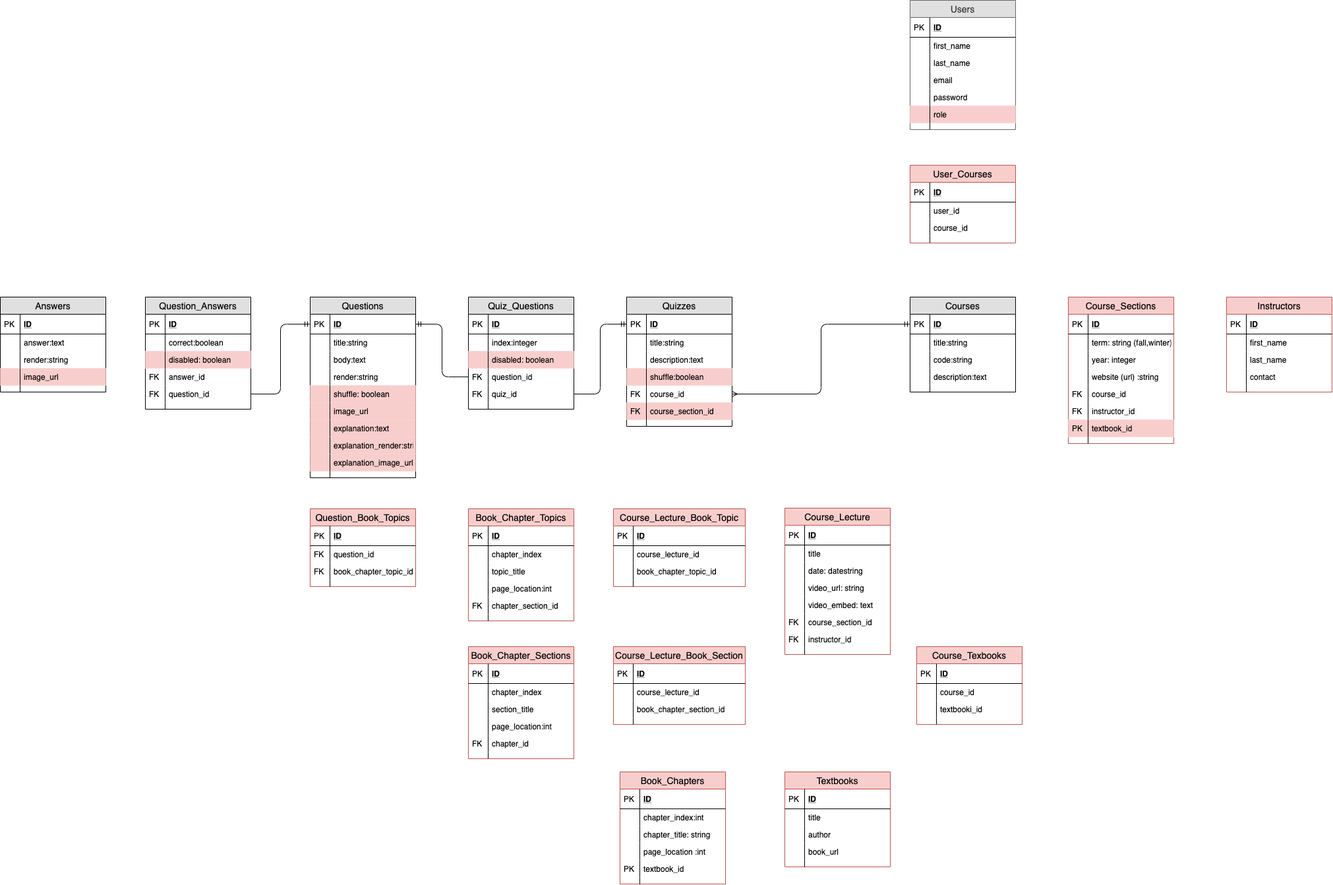
Earlier version of the draw.io export schema.png (CarletonComputerScienceStudyCenter/StudyCenter-API). Source tidied: cells renumbered, new cells last; positions are measured from the earlier drawing's top-left corner, leaving out a move shared by most shapes.
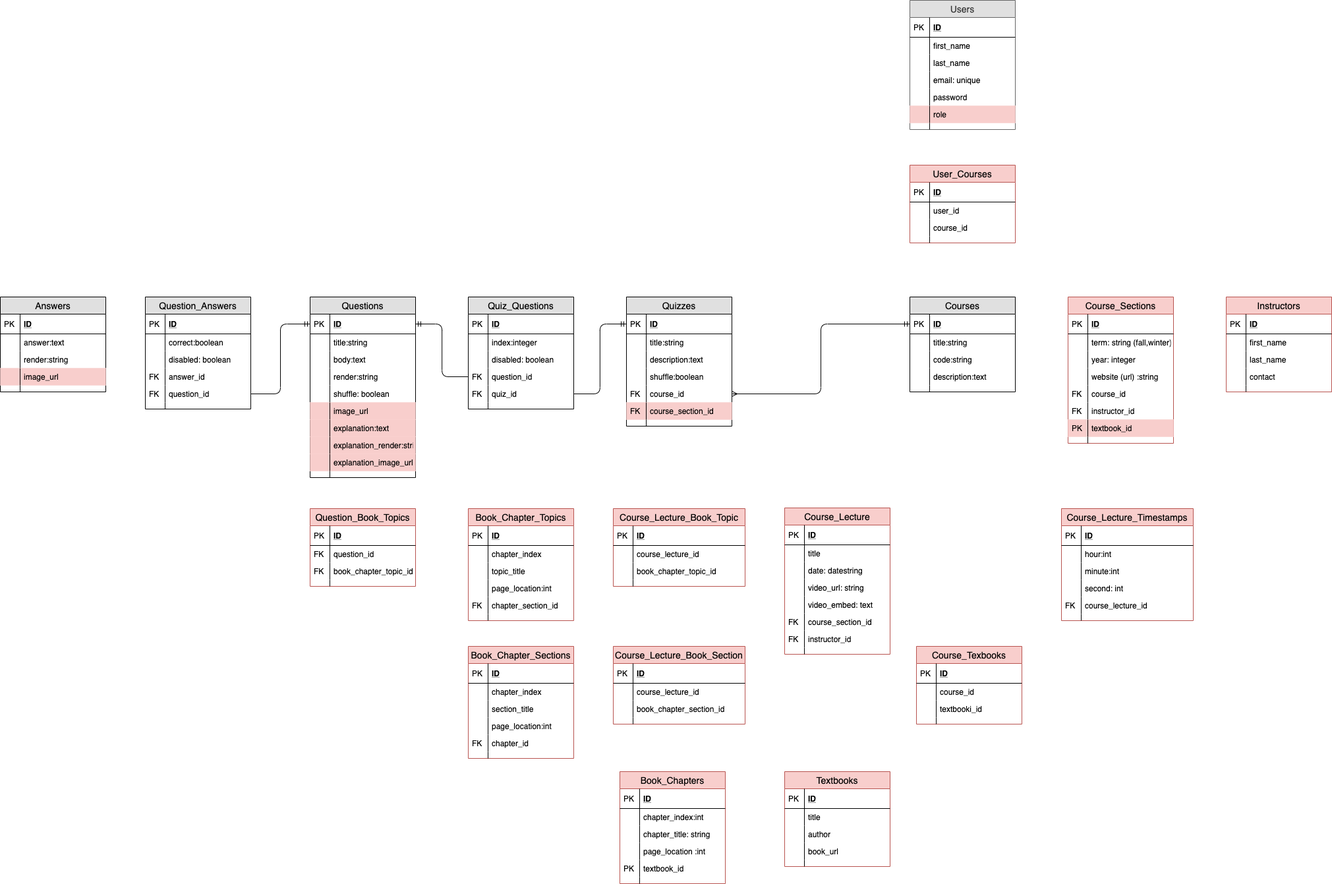
The same file after the commit.

Diff of the diagram source:
```diff
@@ -23,7 +23,7 @@
     <mxCell id="8" style="shape=partialRectangle;top=0;left=0;bottom=0;fillColor=none;align=left;verticalAlign=top;spacingLeft=4;spacingRight=4;overflow=hidden;fontSize=12;" parent="7" vertex="1">
       <mxGeometry width="30" height="26" as="geometry" />
     </mxCell>
-    <mxCell id="9" value="shuffle:boolean" style="shape=partialRectangle;top=0;left=0;right=0;bottom=0;align=left;verticalAlign=top;fillColor=#f8cecc;spacingLeft=34;spacingRight=4;overflow=hidden;fontSize=12;strokeColor=#b85450;" parent="2" vertex="1">
+    <mxCell id="9" value="shuffle:boolean" style="shape=partialRectangle;top=0;left=0;right=0;bottom=0;align=left;verticalAlign=top;spacingLeft=34;spacingRight=4;overflow=hidden;fontSize=12;fillColor=none;" parent="2" vertex="1">
       <mxGeometry y="108" width="160" height="26" as="geometry" />
     </mxCell>
     <mxCell id="10" style="shape=partialRectangle;top=0;left=0;bottom=0;fillColor=none;align=left;verticalAlign=top;spacingLeft=4;spacingRight=4;overflow=hidden;fontSize=12;" parent="9" vertex="1">
@@ -62,7 +62,7 @@
     <mxCell id="21" style="shape=partialRectangle;top=0;left=0;bottom=0;fillColor=none;align=left;verticalAlign=top;spacingLeft=4;spacingRight=4;overflow=hidden;fontSize=12;" parent="20" vertex="1">
       <mxGeometry width="30" height="26" as="geometry" />
     </mxCell>
-    <mxCell id="22" value="disabled: boolean" style="shape=partialRectangle;top=0;left=0;right=0;bottom=0;align=left;verticalAlign=top;fillColor=#f8cecc;spacingLeft=34;spacingRight=4;overflow=hidden;fontSize=12;strokeColor=#b85450;" parent="17" vertex="1">
+    <mxCell id="22" value="disabled: boolean" style="shape=partialRectangle;top=0;left=0;right=0;bottom=0;align=left;verticalAlign=top;spacingLeft=34;spacingRight=4;overflow=hidden;fontSize=12;fillColor=none;" parent="17" vertex="1">
       <mxGeometry y="82" width="160" height="26" as="geometry" />
     </mxCell>
     <mxCell id="23" style="shape=partialRectangle;top=0;left=0;bottom=0;fillColor=none;align=left;verticalAlign=top;spacingLeft=4;spacingRight=4;overflow=hidden;fontSize=12;" parent="22" vertex="1">
@@ -125,7 +125,7 @@
     <mxCell id="42" style="shape=partialRectangle;top=0;left=0;bottom=0;fillColor=none;align=left;verticalAlign=top;spacingLeft=4;spacingRight=4;overflow=hidden;fontSize=12;" parent="41" vertex="1">
       <mxGeometry width="30" height="26" as="geometry" />
     </mxCell>
-    <mxCell id="43" value="shuffle: boolean" style="shape=partialRectangle;top=0;left=0;right=0;bottom=0;align=left;verticalAlign=top;fillColor=#f8cecc;spacingLeft=34;spacingRight=4;overflow=hidden;fontSize=12;strokeColor=#b85450;" parent="34" vertex="1">
+    <mxCell id="43" value="shuffle: boolean" style="shape=partialRectangle;top=0;left=0;right=0;bottom=0;align=left;verticalAlign=top;spacingLeft=34;spacingRight=4;overflow=hidden;fontSize=12;fillColor=none;" parent="34" vertex="1">
       <mxGeometry y="134" width="160" height="26" as="geometry" />
     </mxCell>
     <mxCell id="44" style="shape=partialRectangle;top=0;left=0;bottom=0;fillColor=none;align=left;verticalAlign=top;spacingLeft=4;spacingRight=4;overflow=hidden;fontSize=12;" parent="43" vertex="1">
@@ -176,7 +176,7 @@
     <mxCell id="59" style="shape=partialRectangle;top=0;left=0;bottom=0;fillColor=none;align=left;verticalAlign=top;spacingLeft=4;spacingRight=4;overflow=hidden;fontSize=12;" parent="58" vertex="1">
       <mxGeometry width="30" height="26" as="geometry" />
     </mxCell>
-    <mxCell id="60" value="disabled: boolean" style="shape=partialRectangle;top=0;left=0;right=0;bottom=0;align=left;verticalAlign=top;fillColor=#f8cecc;spacingLeft=34;spacingRight=4;overflow=hidden;fontSize=12;strokeColor=#b85450;" parent="55" vertex="1">
+    <mxCell id="60" value="disabled: boolean" style="shape=partialRectangle;top=0;left=0;right=0;bottom=0;align=left;verticalAlign=top;spacingLeft=34;spacingRight=4;overflow=hidden;fontSize=12;fillColor=none;" parent="55" vertex="1">
       <mxGeometry y="82" width="160" height="26" as="geometry" />
     </mxCell>
     <mxCell id="61" style="shape=partialRectangle;top=0;left=0;bottom=0;fillColor=none;align=left;verticalAlign=top;spacingLeft=4;spacingRight=4;overflow=hidden;fontSize=12;" parent="60" vertex="1">
@@ -680,7 +680,7 @@
     <mxCell id="227" style="shape=partialRectangle;top=0;left=0;bottom=0;fillColor=none;align=left;verticalAlign=top;spacingLeft=4;spacingRight=4;overflow=hidden;fontSize=12;" parent="226" vertex="1">
       <mxGeometry width="30" height="26" as="geometry" />
     </mxCell>
-    <mxCell id="228" value="email" style="shape=partialRectangle;top=0;left=0;right=0;bottom=0;align=left;verticalAlign=top;fillColor=none;spacingLeft=34;spacingRight=4;overflow=hidden;fontSize=12;" parent="221" vertex="1">
+    <mxCell id="228" value="email: unique" style="shape=partialRectangle;top=0;left=0;right=0;bottom=0;align=left;verticalAlign=top;fillColor=none;spacingLeft=34;spacingRight=4;overflow=hidden;fontSize=12;" parent="221" vertex="1">
       <mxGeometry y="108" width="160" height="26" as="geometry" />
     </mxCell>
     <mxCell id="229" style="shape=partialRectangle;top=0;left=0;bottom=0;fillColor=none;align=left;verticalAlign=top;spacingLeft=4;spacingRight=4;overflow=hidden;fontSize=12;" parent="228" vertex="1">
@@ -731,5 +731,44 @@
     <mxCell id="244" style="shape=partialRectangle;top=0;left=0;bottom=0;fillColor=none;align=left;verticalAlign=top;spacingLeft=4;spacingRight=4;overflow=hidden;fontSize=12;" parent="243" vertex="1">
       <mxGeometry width="30" height="10" as="geometry" />
     </mxCell>
+    <mxCell id="245" value="Course_Lecture_Timestamps" style="swimlane;fontStyle=0;horizontal=1;startSize=26;fillColor=#f8cecc;swimlaneFillColor=#ffffff;align=center;fontSize=14;strokeColor=#b85450;" parent="1" vertex="1">
+      <mxGeometry x="1610" y="771" width="200" height="170" as="geometry" />
+    </mxCell>
+    <mxCell id="246" value="ID" style="shape=partialRectangle;top=0;left=0;right=0;bottom=1;align=left;verticalAlign=middle;fillColor=none;spacingLeft=34;spacingRight=4;overflow=hidden;fontStyle=5;fontSize=12;" parent="245" vertex="1">
+      <mxGeometry y="26" width="200" height="30" as="geometry" />
+    </mxCell>
+    <mxCell id="247" value="PK" style="shape=partialRectangle;top=0;left=0;bottom=0;fillColor=none;align=left;verticalAlign=middle;spacingLeft=4;spacingRight=4;overflow=hidden;fontSize=12;" parent="246" vertex="1">
+      <mxGeometry width="30" height="30" as="geometry" />
+    </mxCell>
+    <mxCell id="248" value="hour:int" style="shape=partialRectangle;top=0;left=0;right=0;bottom=0;align=left;verticalAlign=top;fillColor=none;spacingLeft=34;spacingRight=4;overflow=hidden;fontSize=12;" parent="245" vertex="1">
+      <mxGeometry y="56" width="200" height="26" as="geometry" />
+    </mxCell>
+    <mxCell id="249" style="shape=partialRectangle;top=0;left=0;bottom=0;fillColor=none;align=left;verticalAlign=top;spacingLeft=4;spacingRight=4;overflow=hidden;fontSize=12;" parent="248" vertex="1">
+      <mxGeometry width="30" height="26" as="geometry" />
+    </mxCell>
+    <mxCell id="250" value="minute:int" style="shape=partialRectangle;top=0;left=0;right=0;bottom=0;align=left;verticalAlign=top;fillColor=none;spacingLeft=34;spacingRight=4;overflow=hidden;fontSize=12;" parent="245" vertex="1">
+      <mxGeometry y="82" width="200" height="26" as="geometry" />
+    </mxCell>
+    <mxCell id="251" style="shape=partialRectangle;top=0;left=0;bottom=0;fillColor=none;align=left;verticalAlign=top;spacingLeft=4;spacingRight=4;overflow=hidden;fontSize=12;" parent="250" vertex="1">
+      <mxGeometry width="30" height="26" as="geometry" />
+    </mxCell>
+    <mxCell id="252" value="second: int" style="shape=partialRectangle;top=0;left=0;right=0;bottom=0;align=left;verticalAlign=top;fillColor=none;spacingLeft=34;spacingRight=4;overflow=hidden;fontSize=12;" parent="245" vertex="1">
+      <mxGeometry y="108" width="200" height="26" as="geometry" />
+    </mxCell>
+    <mxCell id="253" style="shape=partialRectangle;top=0;left=0;bottom=0;fillColor=none;align=left;verticalAlign=top;spacingLeft=4;spacingRight=4;overflow=hidden;fontSize=12;" parent="252" vertex="1">
+      <mxGeometry width="30" height="26" as="geometry" />
+    </mxCell>
+    <mxCell id="254" value="course_lecture_id" style="shape=partialRectangle;top=0;left=0;right=0;bottom=0;align=left;verticalAlign=top;fillColor=none;spacingLeft=34;spacingRight=4;overflow=hidden;fontSize=12;" parent="245" vertex="1">
+      <mxGeometry y="134" width="200" height="26" as="geometry" />
+    </mxCell>
+    <mxCell id="255" value="FK" style="shape=partialRectangle;top=0;left=0;bottom=0;fillColor=none;align=left;verticalAlign=top;spacingLeft=4;spacingRight=4;overflow=hidden;fontSize=12;" parent="254" vertex="1">
+      <mxGeometry width="30" height="26" as="geometry" />
+    </mxCell>
+    <mxCell id="256" style="shape=partialRectangle;top=0;left=0;right=0;bottom=0;align=left;verticalAlign=top;fillColor=none;spacingLeft=34;spacingRight=4;overflow=hidden;fontSize=12;" parent="245" vertex="1">
+      <mxGeometry y="160" width="200" height="10" as="geometry" />
+    </mxCell>
+    <mxCell id="257" style="shape=partialRectangle;top=0;left=0;bottom=0;fillColor=none;align=left;verticalAlign=top;spacingLeft=4;spacingRight=4;overflow=hidden;fontSize=12;" parent="256" vertex="1">
+      <mxGeometry width="30" height="10" as="geometry" />
+    </mxCell>
   </root>
 </mxGraphModel>
```
